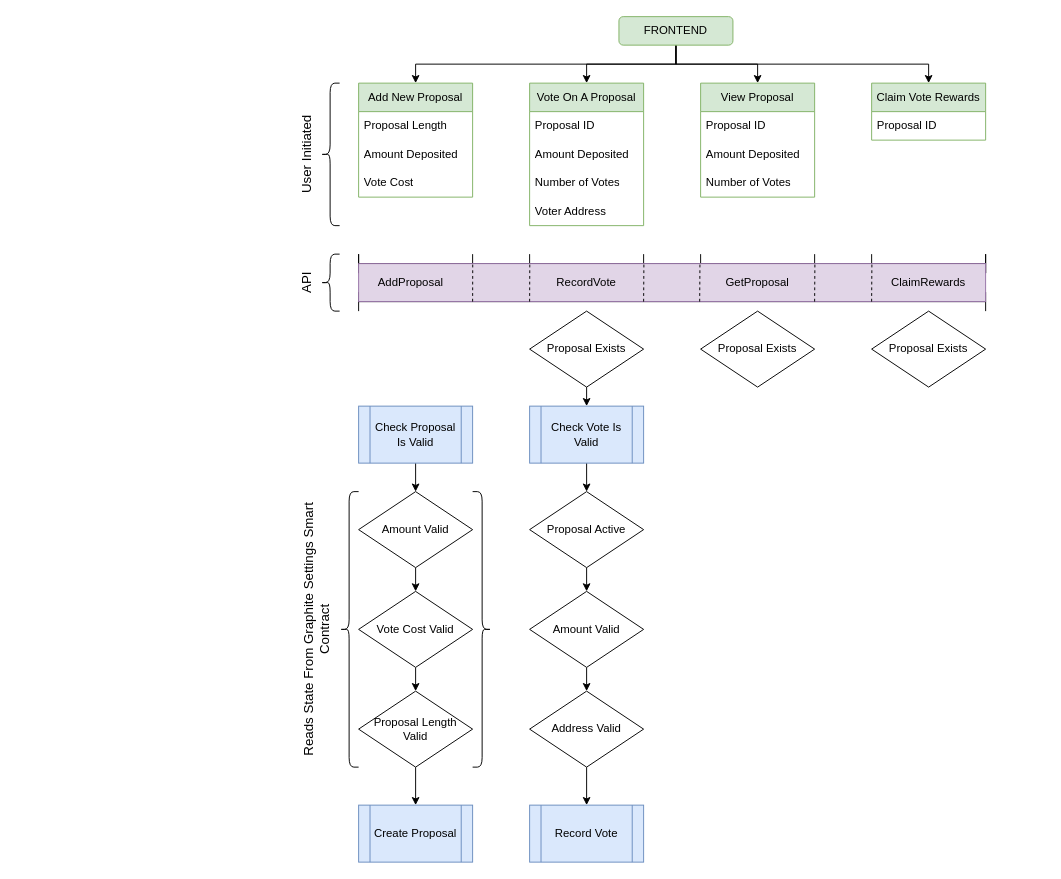
Before: Graphite.drawio in hello-adam-martin/diagrams, a draw.io diagram. Source tidied: cells renumbered, new cells numbered last; positions are measured from the earlier drawing's top-left corner, leaving out a move shared by most shapes. Both pictures are drawn from the tidied source at 95%, with x=0, y=0 at pixel (178, 16).
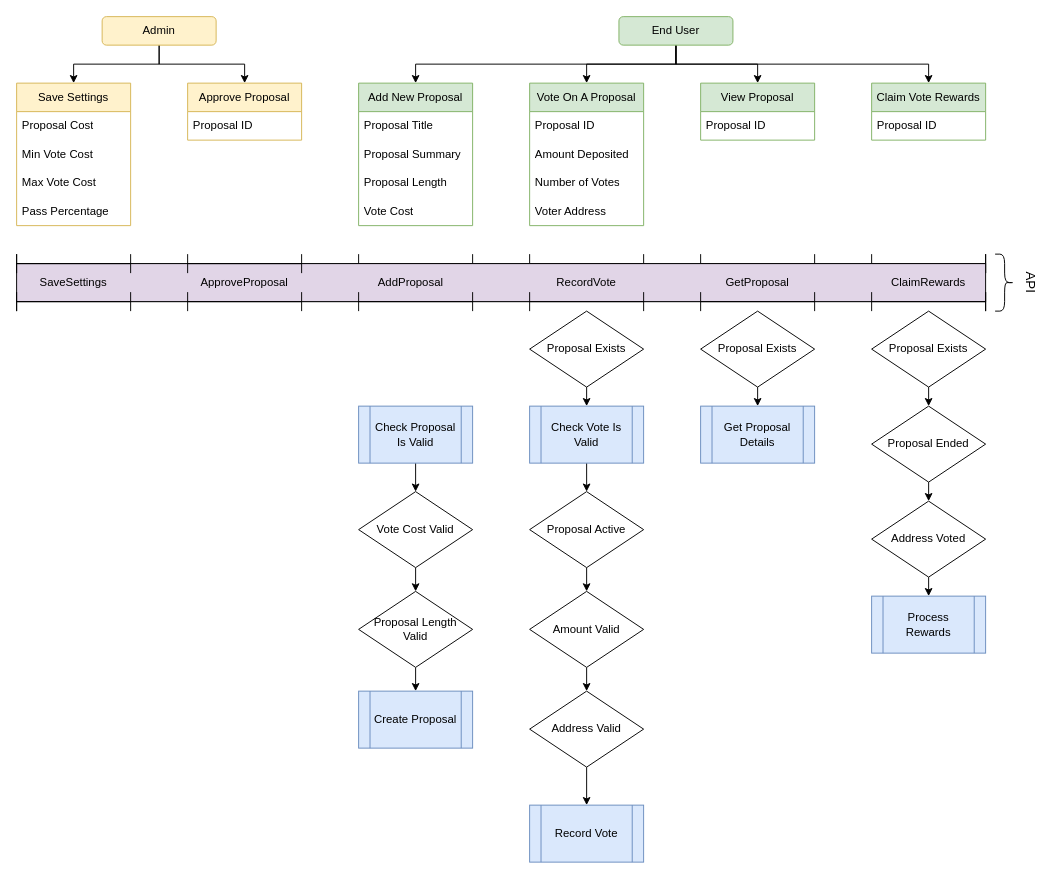
The same diagram, later.

The change refers to these unchanged cells:
```xml
<mxCell id="19" value="Check Proposal Is Valid" style="shape=process;whiteSpace=wrap;html=1;backgroundOutline=1;fillColor=#dae8fc;strokeColor=#6c8ebf;" parent="1" vertex="1">
  <mxGeometry x="190" y="410" width="120" height="60" as="geometry" />
</mxCell>
<mxCell id="65" value="Proposal Exists" style="rhombus;whiteSpace=wrap;html=1;" parent="1" vertex="1">
  <mxGeometry x="550" y="310" width="120" height="80" as="geometry" />
</mxCell>
<mxCell id="66" value="Proposal Exists" style="rhombus;whiteSpace=wrap;html=1;" parent="1" vertex="1">
  <mxGeometry x="730" y="310" width="120" height="80" as="geometry" />
</mxCell>
```

Diff of the diagram source:
```diff
@@
-    <mxCell id="6" value="FRONTEND" style="rounded=1;whiteSpace=wrap;html=1;fillColor=#d5e8d4;strokeColor=#82b366;" parent="1" vertex="1">
+    <mxCell id="6" value="End User" style="rounded=1;whiteSpace=wrap;html=1;fillColor=#d5e8d4;strokeColor=#82b366;" parent="1" vertex="1">
       <mxGeometry x="464" width="120" height="30" as="geometry" />
     </mxCell>
@@
-    <mxCell id="16" style="shape=curlyBracket;whiteSpace=wrap;html=1;rounded=1;labelPosition=left;verticalLabelPosition=middle;align=right;verticalAlign=middle;fontSize=14;" parent="1" vertex="1">
-      <mxGeometry x="150" y="70" width="20" height="150" as="geometry" />
-    </mxCell>
-    <mxCell id="17" value="User Initiated" style="text;html=1;strokeColor=none;fillColor=none;align=center;verticalAlign=middle;whiteSpace=wrap;rounded=0;rotation=-90;fontSize=14;" parent="1" vertex="1">
-      <mxGeometry x="50" y="130" width="170" height="30" as="geometry" />
-    </mxCell>
-    <mxCell id="18" style="edgeStyle=orthogonalEdgeStyle;rounded=0;jettySize=auto;html=1;exitX=0.5;exitY=1;exitDx=0;exitDy=0;entryX=0.5;entryY=0;entryDx=0;entryDy=0;fontSize=14;startArrow=none;startFill=0;endArrow=classic;endFill=1;" parent="1" edge="1" source="19" target="21">
-      <mxGeometry relative="1" as="geometry" />
+    <mxCell id="18" style="edgeStyle=orthogonalEdgeStyle;rounded=0;jettySize=auto;html=1;exitX=0.5;exitY=1;exitDx=0;exitDy=0;entryX=0.5;entryY=0;entryDx=0;entryDy=0;fontSize=14;startArrow=none;startFill=0;endArrow=classic;endFill=1;" parent="1" edge="1" source="19">
+      <mxGeometry relative="1" as="geometry">
+        <mxPoint x="250" y="500" as="targetPoint" />
+      </mxGeometry>
     </mxCell>
@@
-    <mxCell id="20" style="edgeStyle=orthogonalEdgeStyle;rounded=0;jettySize=auto;html=1;exitX=0.5;exitY=1;exitDx=0;exitDy=0;entryX=0.5;entryY=0;entryDx=0;entryDy=0;fontSize=14;startArrow=none;startFill=0;endArrow=classic;endFill=1;" parent="1" edge="1" source="21" target="23">
-      <mxGeometry relative="1" as="geometry" />
-    </mxCell>
-    <mxCell id="21" value="Amount Valid" style="rhombus;whiteSpace=wrap;html=1;" parent="1" vertex="1">
-      <mxGeometry x="190" y="500" width="120" height="80" as="geometry" />
-    </mxCell>
@@
     <mxCell id="23" value="Vote Cost Valid" style="rhombus;whiteSpace=wrap;html=1;" parent="1" vertex="1">
-      <mxGeometry x="190" y="605" width="120" height="80" as="geometry" />
+      <mxGeometry x="190" y="500" width="120" height="80" as="geometry" />
     </mxCell>
     <mxCell id="24" value="Add New Proposal" style="swimlane;fontStyle=0;horizontal=1;startSize=30;whiteSpace=wrap;html=1;swimlaneLine=1;fillColor=#d5e8d4;strokeColor=#82b366;" parent="1" vertex="1">
-      <mxGeometry x="190" y="70" width="120" height="120" as="geometry" />
+      <mxGeometry x="190" y="70" width="120" height="150" as="geometry" />
     </mxCell>
+    <mxCell id="27" value="Proposal Title" style="text;strokeColor=none;fillColor=none;align=left;verticalAlign=middle;spacingLeft=4;spacingRight=4;overflow=hidden;whiteSpace=wrap;html=1;" parent="24" vertex="1">
+      <mxGeometry y="30" width="120" height="30" as="geometry" />
+    </mxCell>
+    <mxCell id="68" value="Proposal Summary" style="text;strokeColor=none;fillColor=none;align=left;verticalAlign=middle;spacingLeft=4;spacingRight=4;overflow=hidden;whiteSpace=wrap;html=1;" parent="24" vertex="1">
+      <mxGeometry y="60" width="120" height="30" as="geometry" />
+    </mxCell>
     <mxCell id="25" value="Proposal Length" style="text;strokeColor=none;fillColor=none;align=left;verticalAlign=middle;spacingLeft=4;spacingRight=4;overflow=hidden;whiteSpace=wrap;html=1;" parent="24" vertex="1">
-      <mxGeometry y="30" width="120" height="30" as="geometry" />
+      <mxGeometry y="90" width="120" height="30" as="geometry" />
     </mxCell>
-    <mxCell id="26" value="Amount Deposited" style="text;strokeColor=none;fillColor=none;align=left;verticalAlign=middle;spacingLeft=4;spacingRight=4;overflow=hidden;whiteSpace=wrap;html=1;" parent="24" vertex="1">
-      <mxGeometry y="60" width="120" height="30" as="geometry" />
+    <mxCell id="26" value="Vote Cost" style="text;strokeColor=none;fillColor=none;align=left;verticalAlign=middle;spacingLeft=4;spacingRight=4;overflow=hidden;whiteSpace=wrap;html=1;" parent="24" vertex="1">
+      <mxGeometry y="120" width="120" height="30" as="geometry" />
     </mxCell>
-    <mxCell id="27" value="Vote Cost" style="text;strokeColor=none;fillColor=none;align=left;verticalAlign=middle;spacingLeft=4;spacingRight=4;overflow=hidden;whiteSpace=wrap;html=1;" parent="24" vertex="1">
-      <mxGeometry y="90" width="120" height="30" as="geometry" />
-    </mxCell>
@@
     <mxCell id="33" value="View Proposal" style="swimlane;fontStyle=0;horizontal=1;startSize=30;whiteSpace=wrap;html=1;swimlaneLine=1;fillColor=#d5e8d4;strokeColor=#82b366;" parent="1" vertex="1">
-      <mxGeometry x="550" y="70" width="120" height="120" as="geometry" />
+      <mxGeometry x="550" y="70" width="120" height="60" as="geometry" />
     </mxCell>
@@
-    <mxCell id="35" value="Amount Deposited" style="text;strokeColor=none;fillColor=none;align=left;verticalAlign=middle;spacingLeft=4;spacingRight=4;overflow=hidden;whiteSpace=wrap;html=1;" parent="33" vertex="1">
-      <mxGeometry y="60" width="120" height="30" as="geometry" />
-    </mxCell>
-    <mxCell id="36" value="Number of Votes" style="text;strokeColor=none;fillColor=none;align=left;verticalAlign=middle;spacingLeft=4;spacingRight=4;overflow=hidden;whiteSpace=wrap;html=1;" parent="33" vertex="1">
-      <mxGeometry y="90" width="120" height="30" as="geometry" />
-    </mxCell>
@@
     <mxCell id="39" style="shape=crossbar;whiteSpace=wrap;html=1;rounded=1;" parent="1" vertex="1">
-      <mxGeometry x="190" y="250" width="660" height="20" as="geometry" />
+      <mxGeometry x="-170" y="250" width="1020" height="20" as="geometry" />
     </mxCell>
     <mxCell id="40" style="shape=crossbar;whiteSpace=wrap;html=1;rounded=1;" parent="1" vertex="1">
-      <mxGeometry x="190" y="290" width="660" height="20" as="geometry" />
+      <mxGeometry x="-170" y="290" width="1020" height="20" as="geometry" />
     </mxCell>
     <mxCell id="41" value="Create Proposal" style="shape=process;whiteSpace=wrap;html=1;backgroundOutline=1;fillColor=#dae8fc;strokeColor=#6c8ebf;" parent="1" vertex="1">
-      <mxGeometry x="190" y="830" width="120" height="60" as="geometry" />
+      <mxGeometry x="190" y="710" width="120" height="60" as="geometry" />
     </mxCell>
@@
     <mxCell id="43" value="Proposal Length&lt;br&gt;Valid" style="rhombus;whiteSpace=wrap;html=1;" parent="1" vertex="1">
-      <mxGeometry x="190" y="710" width="120" height="80" as="geometry" />
+      <mxGeometry x="190" y="605" width="120" height="80" as="geometry" />
     </mxCell>
@@
-    <mxCell id="46" style="shape=curlyBracket;whiteSpace=wrap;html=1;rounded=1;labelPosition=left;verticalLabelPosition=middle;align=right;verticalAlign=middle;" parent="1" vertex="1">
-      <mxGeometry x="170" y="500" width="20" height="290" as="geometry" />
-    </mxCell>
-    <mxCell id="47" value="Reads State From Graphite Settings Smart Contract" style="text;html=1;strokeColor=none;fillColor=none;align=center;verticalAlign=middle;whiteSpace=wrap;rounded=0;rotation=-90;fontSize=14;" parent="1" vertex="1">
-      <mxGeometry y="630" width="290" height="30" as="geometry" />
-    </mxCell>
-    <mxCell id="48" style="shape=curlyBracket;whiteSpace=wrap;html=1;rounded=1;flipH=1;labelPosition=right;verticalLabelPosition=middle;align=left;verticalAlign=middle;" parent="1" vertex="1">
-      <mxGeometry x="310" y="500" width="20" height="290" as="geometry" />
-    </mxCell>
@@
-    <mxCell id="53" style="rounded=0;whiteSpace=wrap;html=1;fillColor=#e1d5e7;strokeColor=#9673a6;" parent="1" vertex="1">
-      <mxGeometry x="190" y="260" width="660" height="40" as="geometry" />
+    <mxCell id="53" style="rounded=0;whiteSpace=wrap;html=1;fillColor=#e1d5e7;strokeColor=#000000;" parent="1" vertex="1">
+      <mxGeometry x="-170" y="260" width="1020" height="40" as="geometry" />
     </mxCell>
+    <mxCell id="69" style="shape=crossbar;whiteSpace=wrap;html=1;rounded=1;" parent="1" vertex="1">
+      <mxGeometry x="10" y="250" width="120" height="20" as="geometry" />
+    </mxCell>
+    <mxCell id="70" style="shape=crossbar;whiteSpace=wrap;html=1;rounded=1;" parent="1" vertex="1">
+      <mxGeometry x="-170" y="250" width="120" height="20" as="geometry" />
+    </mxCell>
@@
-    <mxCell id="55" style="endArrow=none;dashed=1;html=1;rounded=0;entryX=0.182;entryY=-0.025;entryDx=0;entryDy=0;entryPerimeter=0;" parent="1" edge="1" target="53">
-      <mxGeometry relative="1" as="geometry">
-        <mxPoint x="310" y="300" as="sourcePoint" />
-      </mxGeometry>
-    </mxCell>
-    <mxCell id="56" value="API" style="text;html=1;strokeColor=none;fillColor=none;align=center;verticalAlign=middle;whiteSpace=wrap;rounded=0;rotation=-90;fontSize=14;" parent="1" vertex="1">
-      <mxGeometry x="50" y="265" width="170" height="30" as="geometry" />
+    <mxCell id="56" value="API" style="text;html=1;strokeColor=none;fillColor=none;align=center;verticalAlign=middle;whiteSpace=wrap;rounded=0;rotation=90;fontSize=14;" parent="1" vertex="1">
+      <mxGeometry x="860" y="265" width="75" height="30" as="geometry" />
     </mxCell>
-    <mxCell id="57" style="endArrow=none;dashed=1;html=1;rounded=0;entryX=0.273;entryY=-0.05;entryDx=0;entryDy=0;entryPerimeter=0;" parent="1" edge="1" target="53">
-      <mxGeometry relative="1" as="geometry">
-        <mxPoint x="370" y="300" as="sourcePoint" />
-      </mxGeometry>
-    </mxCell>
-    <mxCell id="58" style="endArrow=none;dashed=1;html=1;rounded=0;entryX=0.455;entryY=-0.048;entryDx=0;entryDy=0;entryPerimeter=0;" parent="1" edge="1" target="53">
-      <mxGeometry relative="1" as="geometry">
-        <mxPoint x="490" y="300" as="sourcePoint" />
-      </mxGeometry>
-    </mxCell>
@@
-    <mxCell id="60" style="endArrow=none;dashed=1;html=1;rounded=0;entryX=0.455;entryY=-0.048;entryDx=0;entryDy=0;entryPerimeter=0;" parent="1" edge="1">
-      <mxGeometry relative="1" as="geometry">
-        <mxPoint x="549" y="300" as="sourcePoint" />
-        <mxPoint x="549.3" y="258.1" as="targetPoint" />
-      </mxGeometry>
-    </mxCell>
-    <mxCell id="61" style="endArrow=none;dashed=1;html=1;rounded=0;entryX=0.455;entryY=-0.048;entryDx=0;entryDy=0;entryPerimeter=0;" parent="1" edge="1">
-      <mxGeometry relative="1" as="geometry">
-        <mxPoint x="670" y="300" as="sourcePoint" />
-        <mxPoint x="670.3" y="258.1" as="targetPoint" />
-      </mxGeometry>
-    </mxCell>
-    <mxCell id="62" style="endArrow=none;dashed=1;html=1;rounded=0;entryX=0.455;entryY=-0.048;entryDx=0;entryDy=0;entryPerimeter=0;" parent="1" edge="1">
-      <mxGeometry relative="1" as="geometry">
-        <mxPoint x="730" y="300" as="sourcePoint" />
-        <mxPoint x="730.3" y="258.1" as="targetPoint" />
-      </mxGeometry>
-    </mxCell>
@@
+    <mxCell id="71" style="edgeStyle=orthogonalEdgeStyle;rounded=0;jettySize=auto;html=1;exitX=0.5;exitY=1;exitDx=0;exitDy=0;entryX=0.5;entryY=0;entryDx=0;entryDy=0;" parent="1" edge="1" source="65" target="79">
+      <mxGeometry relative="1" as="geometry" />
+    </mxCell>
@@
+    <mxCell id="72" style="edgeStyle=orthogonalEdgeStyle;rounded=0;jettySize=auto;html=1;exitX=0.5;exitY=1;exitDx=0;exitDy=0;entryX=0.5;entryY=0;entryDx=0;entryDy=0;" parent="1" edge="1" source="66" target="81">
+      <mxGeometry relative="1" as="geometry" />
+    </mxCell>
@@
-    <mxCell id="67" style="shape=curlyBracket;whiteSpace=wrap;html=1;rounded=1;labelPosition=left;verticalLabelPosition=middle;align=right;verticalAlign=middle;" parent="1" vertex="1">
-      <mxGeometry x="150" y="250" width="20" height="60" as="geometry" />
-    </mxCell>
+    <mxCell id="73" value="Approve Proposal" style="swimlane;fontStyle=0;horizontal=1;startSize=30;whiteSpace=wrap;html=1;swimlaneLine=1;fillColor=#fff2cc;strokeColor=#d6b656;" parent="1" vertex="1">
+      <mxGeometry x="10" y="70" width="120" height="60" as="geometry" />
+    </mxCell>
+    <mxCell id="74" value="Proposal ID" style="text;strokeColor=none;fillColor=none;align=left;verticalAlign=middle;spacingLeft=4;spacingRight=4;overflow=hidden;whiteSpace=wrap;html=1;" parent="73" vertex="1">
+      <mxGeometry y="30" width="120" height="30" as="geometry" />
+    </mxCell>
+    <mxCell id="75" value="ApproveProposal" style="text;html=1;strokeColor=none;fillColor=none;align=center;verticalAlign=middle;whiteSpace=wrap;rounded=0;" parent="1" vertex="1">
+      <mxGeometry x="15" y="265" width="110" height="30" as="geometry" />
+    </mxCell>
+    <mxCell id="76" style="edgeStyle=orthogonalEdgeStyle;rounded=0;jettySize=auto;html=1;exitX=0.5;exitY=1;exitDx=0;exitDy=0;entryX=0.5;entryY=0;entryDx=0;entryDy=0;" parent="1" edge="1" source="78" target="73">
+      <mxGeometry relative="1" as="geometry" />
+    </mxCell>
+    <mxCell id="77" style="edgeStyle=orthogonalEdgeStyle;rounded=0;jettySize=auto;html=1;exitX=0.5;exitY=1;exitDx=0;exitDy=0;" parent="1" edge="1" source="78" target="85">
+      <mxGeometry relative="1" as="geometry" />
+    </mxCell>
+    <mxCell id="78" value="Admin" style="rounded=1;whiteSpace=wrap;html=1;fillColor=#fff2cc;strokeColor=#d6b656;" parent="1" vertex="1">
+      <mxGeometry x="-80" width="120" height="30" as="geometry" />
+    </mxCell>
+    <mxCell id="79" value="Get Proposal Details" style="shape=process;whiteSpace=wrap;html=1;backgroundOutline=1;fillColor=#dae8fc;strokeColor=#6c8ebf;" parent="1" vertex="1">
+      <mxGeometry x="550" y="410" width="120" height="60" as="geometry" />
+    </mxCell>
+    <mxCell id="80" style="edgeStyle=orthogonalEdgeStyle;rounded=0;jettySize=auto;html=1;exitX=0.5;exitY=1;exitDx=0;exitDy=0;entryX=0.5;entryY=0;entryDx=0;entryDy=0;" parent="1" edge="1" source="81" target="83">
+      <mxGeometry relative="1" as="geometry" />
+    </mxCell>
+    <mxCell id="81" value="Proposal Ended" style="rhombus;whiteSpace=wrap;html=1;" parent="1" vertex="1">
+      <mxGeometry x="730" y="410" width="120" height="80" as="geometry" />
+    </mxCell>
+    <mxCell id="82" style="edgeStyle=orthogonalEdgeStyle;rounded=0;jettySize=auto;html=1;exitX=0.5;exitY=1;exitDx=0;exitDy=0;entryX=0.5;entryY=0;entryDx=0;entryDy=0;" parent="1" edge="1" source="83" target="84">
+      <mxGeometry relative="1" as="geometry" />
+    </mxCell>
+    <mxCell id="83" value="Address Voted" style="rhombus;whiteSpace=wrap;html=1;" parent="1" vertex="1">
+      <mxGeometry x="730" y="510" width="120" height="80" as="geometry" />
+    </mxCell>
+    <mxCell id="84" value="Process Rewards" style="shape=process;whiteSpace=wrap;html=1;backgroundOutline=1;fillColor=#dae8fc;strokeColor=#6c8ebf;" parent="1" vertex="1">
+      <mxGeometry x="730" y="610" width="120" height="60" as="geometry" />
+    </mxCell>
+    <mxCell id="85" value="Save Settings" style="swimlane;fontStyle=0;horizontal=1;startSize=30;whiteSpace=wrap;html=1;swimlaneLine=1;fillColor=#fff2cc;strokeColor=#d6b656;" parent="1" vertex="1">
+      <mxGeometry x="-170" y="70" width="120" height="150" as="geometry" />
+    </mxCell>
+    <mxCell id="86" value="Proposal Cost" style="text;strokeColor=none;fillColor=none;align=left;verticalAlign=middle;spacingLeft=4;spacingRight=4;overflow=hidden;whiteSpace=wrap;html=1;" parent="85" vertex="1">
+      <mxGeometry y="30" width="120" height="30" as="geometry" />
+    </mxCell>
+    <mxCell id="87" value="Min Vote Cost" style="text;strokeColor=none;fillColor=none;align=left;verticalAlign=middle;spacingLeft=4;spacingRight=4;overflow=hidden;whiteSpace=wrap;html=1;" parent="85" vertex="1">
+      <mxGeometry y="60" width="120" height="30" as="geometry" />
+    </mxCell>
+    <mxCell id="88" value="Max Vote Cost" style="text;strokeColor=none;fillColor=none;align=left;verticalAlign=middle;spacingLeft=4;spacingRight=4;overflow=hidden;whiteSpace=wrap;html=1;" parent="85" vertex="1">
+      <mxGeometry y="90" width="120" height="30" as="geometry" />
+    </mxCell>
+    <mxCell id="89" value="Pass Percentage" style="text;strokeColor=none;fillColor=none;align=left;verticalAlign=middle;spacingLeft=4;spacingRight=4;overflow=hidden;whiteSpace=wrap;html=1;" parent="85" vertex="1">
+      <mxGeometry y="120" width="120" height="30" as="geometry" />
+    </mxCell>
+    <mxCell id="90" style="shape=curlyBracket;whiteSpace=wrap;html=1;rounded=1;flipH=1;labelPosition=right;verticalLabelPosition=middle;align=left;verticalAlign=middle;" parent="1" vertex="1">
+      <mxGeometry x="860" y="250" width="20" height="60" as="geometry" />
+    </mxCell>
+    <mxCell id="91" value="SaveSettings" style="text;html=1;strokeColor=none;fillColor=none;align=center;verticalAlign=middle;whiteSpace=wrap;rounded=0;" parent="1" vertex="1">
+      <mxGeometry x="-165" y="265" width="110" height="30" as="geometry" />
+    </mxCell>
+    <mxCell id="92" style="shape=crossbar;whiteSpace=wrap;html=1;rounded=1;" parent="1" vertex="1">
+      <mxGeometry x="-170" y="290" width="120" height="20" as="geometry" />
+    </mxCell>
+    <mxCell id="93" style="shape=crossbar;whiteSpace=wrap;html=1;rounded=1;" parent="1" vertex="1">
+      <mxGeometry x="10" y="290" width="120" height="20" as="geometry" />
+    </mxCell>
+    <mxCell id="94" style="shape=crossbar;whiteSpace=wrap;html=1;rounded=1;strokeColor=#000000;" parent="1" vertex="1">
+      <mxGeometry x="190" y="290" width="120" height="20" as="geometry" />
+    </mxCell>
+    <mxCell id="95" style="shape=crossbar;whiteSpace=wrap;html=1;rounded=1;strokeColor=#000000;" parent="1" vertex="1">
+      <mxGeometry x="370" y="290" width="120" height="20" as="geometry" />
+    </mxCell>
+    <mxCell id="96" style="shape=crossbar;whiteSpace=wrap;html=1;rounded=1;strokeColor=#000000;" parent="1" vertex="1">
+      <mxGeometry x="550" y="290" width="120" height="20" as="geometry" />
+    </mxCell>
+    <mxCell id="97" style="shape=crossbar;whiteSpace=wrap;html=1;rounded=1;strokeColor=#000000;" parent="1" vertex="1">
+      <mxGeometry x="730" y="290" width="120" height="20" as="geometry" />
+    </mxCell>
```
